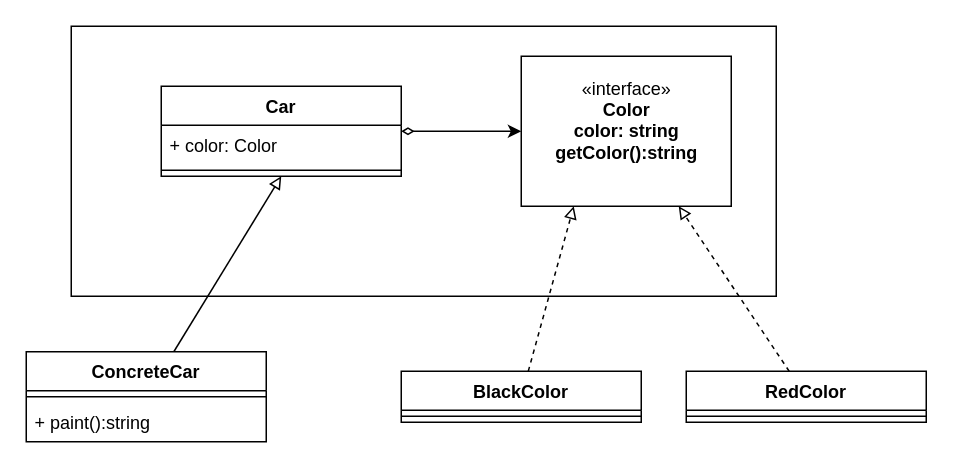
The draw.io diagram Structural/Bridge/bridge.drawio in danil-jpg/MyPatterns, before the edit. Source tidied: cells renumbered, new cells numbered last; positions are measured from the earlier drawing's top-left corner, leaving out a move shared by most shapes. Both pictures are drawn from the tidied source at 150%, with x=0, y=0 at pixel (26, 26).
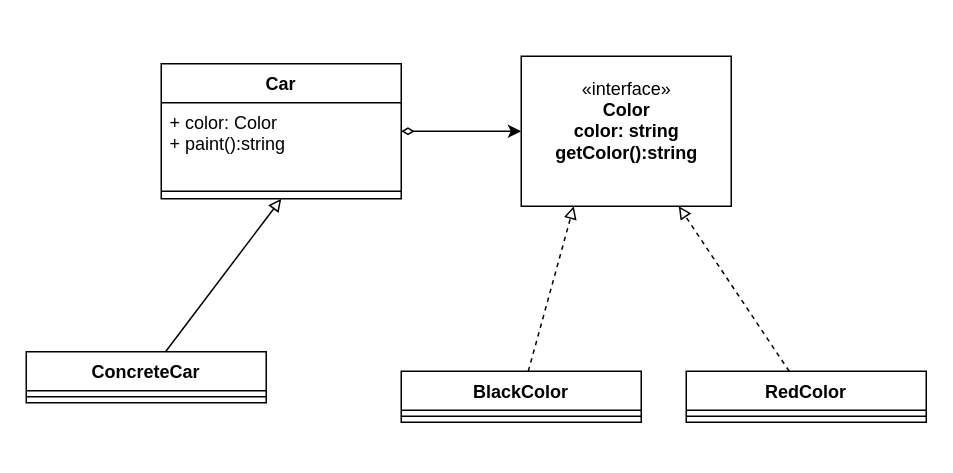
After the change.

The edit, as a diff of the source:
```diff
@@
 <mxGraphModel>
   <root>
     <mxCell id="0" />
     <mxCell id="1" parent="0" />
-    <mxCell id="2" style="rounded=0;whiteSpace=wrap;html=1;" parent="1" vertex="1">
-      <mxGeometry x="30" width="470" height="180" as="geometry" />
-    </mxCell>
     <mxCell id="3" style="edgeStyle=none;html=1;startArrow=diamondThin;startFill=0;" parent="1" edge="1" source="4" target="7">
       <mxGeometry relative="1" as="geometry" />
     </mxCell>
     <mxCell id="4" value="Car" style="swimlane;fontStyle=1;align=center;verticalAlign=top;horizontal=1;startSize=26;" parent="1" vertex="1">
-      <mxGeometry x="90" y="40" width="160" height="60" as="geometry" />
+      <mxGeometry x="90" y="25" width="160" height="90" as="geometry" />
     </mxCell>
-    <mxCell id="5" value="+ color: Color" style="text;strokeColor=none;fillColor=none;align=left;verticalAlign=top;spacingLeft=4;spacingRight=4;overflow=hidden;" parent="4" vertex="1">
-      <mxGeometry y="26" width="160" height="26" as="geometry" />
+    <mxCell id="5" value="+ color: Color&#10;+ paint():string " style="text;strokeColor=none;fillColor=none;align=left;verticalAlign=top;spacingLeft=4;spacingRight=4;overflow=hidden;" parent="4" vertex="1">
+      <mxGeometry y="26" width="160" height="54" as="geometry" />
     </mxCell>
     <mxCell id="6" style="line;strokeWidth=1;fillColor=none;align=left;verticalAlign=middle;spacingTop=-1;spacingLeft=3;spacingRight=3;labelPosition=right;" parent="4" vertex="1">
-      <mxGeometry y="52" width="160" height="8" as="geometry" />
+      <mxGeometry y="80" width="160" height="10" as="geometry" />
     </mxCell>
     <mxCell id="7" value="«interface»&lt;br&gt;&lt;b&gt;Color&lt;br&gt;color: string&lt;br&gt;getColor():string&lt;br&gt;&lt;br&gt;&lt;/b&gt;" style="html=1;" parent="1" vertex="1">
       <mxGeometry x="330" y="20" width="140" height="100" as="geometry" />
     </mxCell>
     <mxCell id="8" style="edgeStyle=none;html=1;entryX=0.5;entryY=1;entryDx=0;entryDy=0;endArrow=block;endFill=0;" parent="1" edge="1" source="9" target="4">
       <mxGeometry relative="1" as="geometry" />
     </mxCell>
     <mxCell id="9" value="ConcreteCar" style="swimlane;fontStyle=1;align=center;verticalAlign=top;horizontal=1;startSize=26;" parent="1" vertex="1">
-      <mxGeometry y="217" width="160" height="60" as="geometry" />
+      <mxGeometry y="217" width="160" height="34" as="geometry" />
     </mxCell>
     <mxCell id="10" style="line;strokeWidth=1;fillColor=none;align=left;verticalAlign=middle;spacingTop=-1;spacingLeft=3;spacingRight=3;labelPosition=right;" parent="9" vertex="1">
       <mxGeometry y="26" width="160" height="8" as="geometry" />
     </mxCell>
-    <mxCell id="11" value="+ paint():string " style="text;strokeColor=none;fillColor=none;align=left;verticalAlign=top;spacingLeft=4;spacingRight=4;overflow=hidden;" parent="9" vertex="1">
-      <mxGeometry y="34" width="160" height="26" as="geometry" />
-    </mxCell>
     <mxCell id="12" style="edgeStyle=none;html=1;entryX=0.25;entryY=1;entryDx=0;entryDy=0;endArrow=block;endFill=0;dashed=1;" parent="1" edge="1" source="13" target="7">
       <mxGeometry relative="1" as="geometry" />
     </mxCell>
     <mxCell id="13" value="BlackColor" style="swimlane;fontStyle=1;align=center;verticalAlign=top;horizontal=1;startSize=26;" parent="1" vertex="1">
       <mxGeometry x="250" y="230" width="160" height="34" as="geometry" />
     </mxCell>
     <mxCell id="14" style="line;strokeWidth=1;fillColor=none;align=left;verticalAlign=middle;spacingTop=-1;spacingLeft=3;spacingRight=3;labelPosition=right;" parent="13" vertex="1">
       <mxGeometry y="26" width="160" height="8" as="geometry" />
     </mxCell>
     <mxCell id="15" style="edgeStyle=none;html=1;entryX=0.75;entryY=1;entryDx=0;entryDy=0;endArrow=block;endFill=0;dashed=1;" parent="1" edge="1" source="16" target="7">
       <mxGeometry relative="1" as="geometry" />
     </mxCell>
     <mxCell id="16" value="RedColor" style="swimlane;fontStyle=1;align=center;verticalAlign=top;horizontal=1;startSize=26;" parent="1" vertex="1">
       <mxGeometry x="440" y="230" width="160" height="34" as="geometry" />
     </mxCell>
     <mxCell id="17" style="line;strokeWidth=1;fillColor=none;align=left;verticalAlign=middle;spacingTop=-1;spacingLeft=3;spacingRight=3;labelPosition=right;" parent="16" vertex="1">
       <mxGeometry y="26" width="160" height="8" as="geometry" />
     </mxCell>
   </root>
 </mxGraphModel>
```
